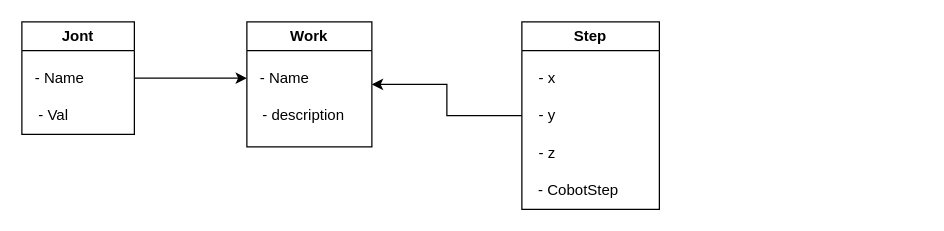
LTDat-HustK65/GP_main_system keeps this draw.io diagram as page "Trang-6" (7 of 7) of user_diagram.drawio. Above is the earlier version. Source tidied: cells renumbered, new cells numbered last; positions are measured from the earlier drawing's top-left corner, leaving out a move shared by most shapes. Both pictures are drawn from the tidied source at 125%, with x=0, y=0 at pixel (21, 21).
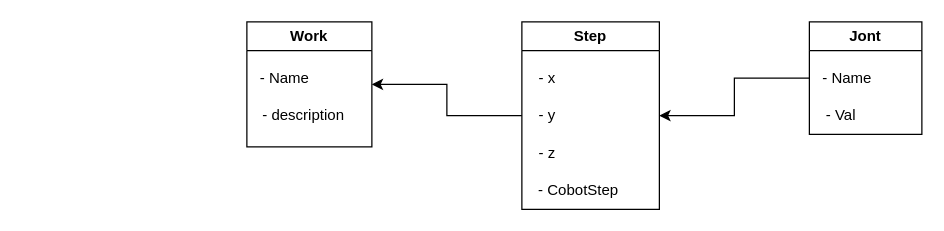
After the change.

What changed in the source:
```diff
@@
 <mxGraphModel>
   <root>
     <mxCell id="0" />
     <mxCell id="1" parent="0" />
-    <mxCell id="2" style="edgeStyle=orthogonalEdgeStyle;rounded=0;jettySize=auto;html=1;" parent="1" edge="1" source="3" target="8">
-      <mxGeometry relative="1" as="geometry" />
-    </mxCell>
     <mxCell id="3" value="Jont" style="swimlane;whiteSpace=wrap;html=1;" parent="1" vertex="1">
-      <mxGeometry width="90" height="90" as="geometry" />
+      <mxGeometry x="630" width="90" height="90" as="geometry" />
     </mxCell>
     <mxCell id="4" value="- Name" style="text;html=1;align=center;verticalAlign=middle;points=[];strokeColor=none;fillColor=none;" parent="3" vertex="1">
       <mxGeometry y="30" width="60" height="30" as="geometry" />
     </mxCell>
     <mxCell id="5" value="- Val" style="text;html=1;align=center;verticalAlign=middle;strokeColor=none;fillColor=none;" parent="3" vertex="1">
       <mxGeometry y="60" width="50" height="30" as="geometry" />
     </mxCell>
     <mxCell id="6" value="Work" style="swimlane;whiteSpace=wrap;html=1;" parent="1" vertex="1">
       <mxGeometry x="180" width="100" height="100" as="geometry" />
     </mxCell>
     <mxCell id="7" value="- description" style="text;html=1;align=center;verticalAlign=middle;strokeColor=none;fillColor=none;" parent="6" vertex="1">
       <mxGeometry y="60" width="90" height="30" as="geometry" />
     </mxCell>
     <mxCell id="8" value="- Name" style="text;html=1;align=center;verticalAlign=middle;points=[];strokeColor=none;fillColor=none;" parent="6" vertex="1">
       <mxGeometry y="30" width="60" height="30" as="geometry" />
     </mxCell>
     <mxCell id="9" style="edgeStyle=orthogonalEdgeStyle;rounded=0;jettySize=auto;html=1;entryX=1;entryY=0.5;entryDx=0;entryDy=0;" parent="1" edge="1" source="10" target="6">
       <mxGeometry relative="1" as="geometry" />
     </mxCell>
     <mxCell id="10" value="Step" style="swimlane;whiteSpace=wrap;html=1;startSize=23;" parent="1" vertex="1">
       <mxGeometry x="400" width="110" height="150" as="geometry" />
     </mxCell>
     <mxCell id="11" value="- CobotStep" style="text;html=1;align=center;verticalAlign=middle;strokeColor=none;fillColor=none;" parent="10" vertex="1">
       <mxGeometry y="120" width="90" height="30" as="geometry" />
     </mxCell>
     <mxCell id="12" value="- z" style="text;html=1;align=center;verticalAlign=middle;strokeColor=none;fillColor=none;" parent="10" vertex="1">
       <mxGeometry y="90" width="40" height="30" as="geometry" />
     </mxCell>
     <mxCell id="13" value="- y" style="text;html=1;align=center;verticalAlign=middle;strokeColor=none;fillColor=none;" parent="10" vertex="1">
       <mxGeometry y="60" width="40" height="30" as="geometry" />
     </mxCell>
     <mxCell id="14" value="- x" style="text;html=1;align=center;verticalAlign=middle;strokeColor=none;fillColor=none;" parent="10" vertex="1">
       <mxGeometry y="30" width="40" height="30" as="geometry" />
     </mxCell>
+    <mxCell id="15" style="edgeStyle=orthogonalEdgeStyle;rounded=0;jettySize=auto;html=1;entryX=1;entryY=0.5;entryDx=0;entryDy=0;" parent="1" edge="1" source="4" target="10">
+      <mxGeometry relative="1" as="geometry" />
+    </mxCell>
   </root>
 </mxGraphModel>
```
